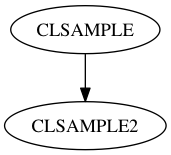
This is sample.png from kitazono/cl2html, a Graphviz export, as it was before one commit. Its source is kept beside it as sample.dot. The source it was exported from:
```dot
digraph G {
  CLSAMPLE;
  CLSAMPLE2;
  CLSAMPLE -> CLSAMPLE2;
}
```
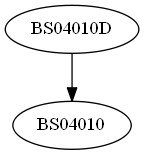
Later version of the same file.

Diff of the diagram source:
```diff
@@ -1,5 +1,5 @@
 digraph G {
-  CLSAMPLE;
-  CLSAMPLE2;
-  CLSAMPLE -> CLSAMPLE2;
+  BS04010D;
+  BS04010;
+  BS04010D -> BS04010;
 }
```
